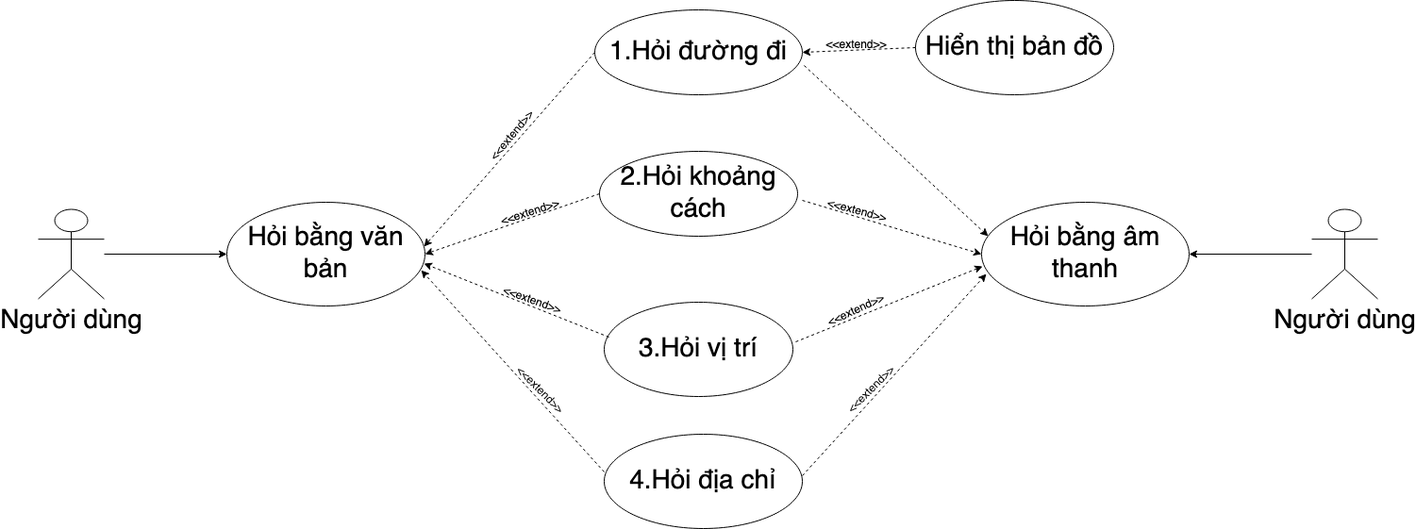
The draw.io diagram images/ChatbotSRS-UseCase.png in myduyenn218/Report_KL_2021, before a commit. Source tidied: cells renumbered, new cells last; positions are measured from the earlier drawing's top-left corner, leaving out a move shared by most shapes.
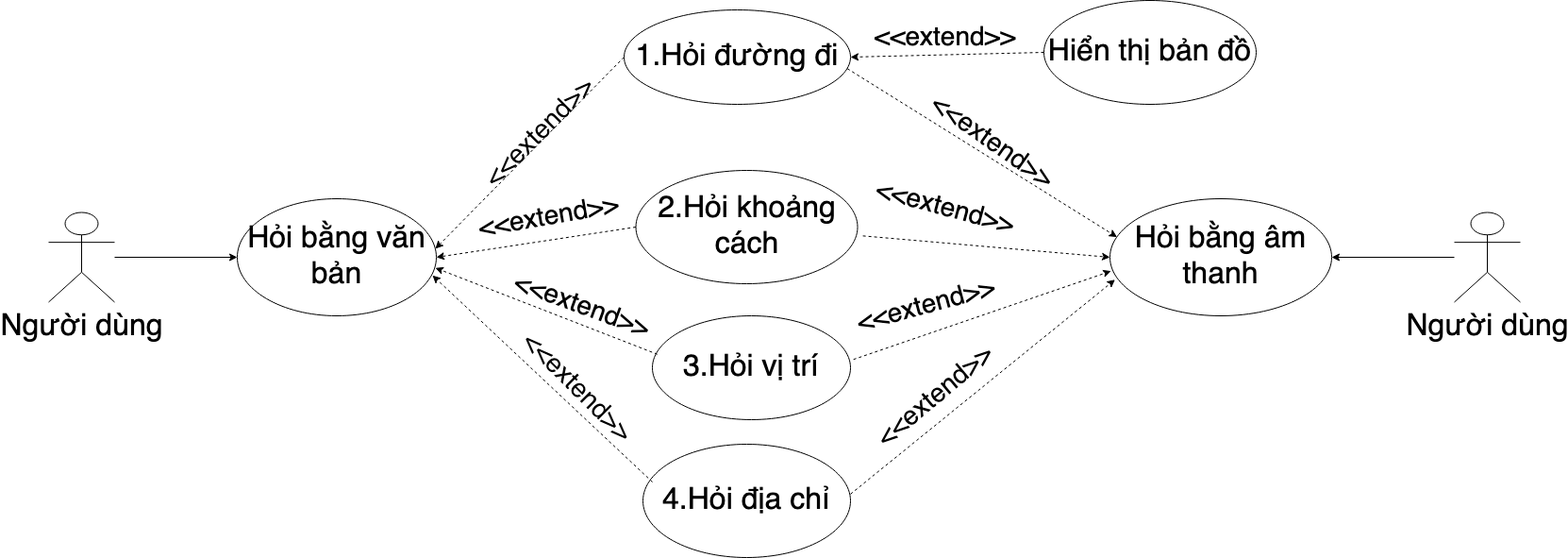
Later version of the same file.

Commit message:
update UC & flow diagram

The edit, as a diff of the source:
```diff
@@ -2,91 +2,94 @@
   <root>
     <mxCell id="0" />
     <mxCell id="1" parent="0" />
-    <mxCell id="2" style="edgeStyle=orthogonalEdgeStyle;rounded=0;jettySize=auto;html=1;entryX=0;entryY=0.5;entryDx=0;entryDy=0;fontSize=28;" parent="1" edge="1" source="3" target="4">
+    <mxCell id="2" style="edgeStyle=orthogonalEdgeStyle;rounded=0;jettySize=auto;html=1;entryX=0;entryY=0.5;entryDx=0;entryDy=0;fontSize=32;" parent="1" edge="1" source="3" target="4">
       <mxGeometry relative="1" as="geometry" />
     </mxCell>
-    <mxCell id="3" value="Người dùng" style="shape=umlActor;verticalLabelPosition=bottom;verticalAlign=top;html=1;outlineConnect=0;fontSize=28;" parent="1" vertex="1">
-      <mxGeometry y="221.5" width="70" height="95" as="geometry" />
+    <mxCell id="3" value="Người dùng" style="shape=umlActor;verticalLabelPosition=bottom;verticalAlign=top;html=1;outlineConnect=0;fontSize=32;" parent="1" vertex="1">
+      <mxGeometry x="-40" y="214.5" width="70" height="95" as="geometry" />
     </mxCell>
-    <mxCell id="4" value="Hỏi bằng văn bản" style="ellipse;whiteSpace=wrap;html=1;fontSize=28;" parent="1" vertex="1">
-      <mxGeometry x="200" y="214" width="210" height="110" as="geometry" />
+    <mxCell id="4" value="Hỏi bằng văn bản" style="ellipse;whiteSpace=wrap;html=1;fontSize=32;" parent="1" vertex="1">
+      <mxGeometry x="160" y="200" width="211" height="124" as="geometry" />
     </mxCell>
-    <mxCell id="5" value="Hỏi bằng âm thanh" style="ellipse;whiteSpace=wrap;html=1;fontSize=28;" parent="1" vertex="1">
-      <mxGeometry x="1000" y="214" width="220" height="110" as="geometry" />
+    <mxCell id="5" value="Hỏi bằng âm thanh" style="ellipse;whiteSpace=wrap;html=1;fontSize=32;" parent="1" vertex="1">
+      <mxGeometry x="1085" y="200" width="235" height="124" as="geometry" />
     </mxCell>
-    <mxCell id="6" value="3.Hỏi vị trí " style="ellipse;whiteSpace=wrap;html=1;fontSize=28;" parent="1" vertex="1">
-      <mxGeometry x="600" y="320" width="200" height="100" as="geometry" />
+    <mxCell id="6" value="3.Hỏi vị trí " style="ellipse;whiteSpace=wrap;html=1;fontSize=32;" parent="1" vertex="1">
+      <mxGeometry x="600" y="324" width="210" height="110" as="geometry" />
     </mxCell>
-    <mxCell id="7" value="2.Hỏi khoảng cách" style="ellipse;whiteSpace=wrap;html=1;fontSize=28;" parent="1" vertex="1">
-      <mxGeometry x="595" y="160" width="210" height="90" as="geometry" />
+    <mxCell id="7" value="2.Hỏi khoảng cách" style="ellipse;whiteSpace=wrap;html=1;fontSize=32;" parent="1" vertex="1">
+      <mxGeometry x="582.5" y="170" width="235" height="120" as="geometry" />
     </mxCell>
-    <mxCell id="8" value="1.Hỏi đường đi" style="ellipse;whiteSpace=wrap;html=1;fontSize=28;" parent="1" vertex="1">
-      <mxGeometry x="590" y="10" width="220" height="90" as="geometry" />
+    <mxCell id="8" value="1.Hỏi đường đi" style="ellipse;whiteSpace=wrap;html=1;fontSize=32;" parent="1" vertex="1">
+      <mxGeometry x="570" width="240" height="100" as="geometry" />
     </mxCell>
-    <mxCell id="9" value="4.Hỏi địa chỉ" style="ellipse;whiteSpace=wrap;html=1;fontSize=28;" parent="1" vertex="1">
-      <mxGeometry x="600" y="460" width="210" height="100" as="geometry" />
+    <mxCell id="9" value="4.Hỏi địa chỉ" style="ellipse;whiteSpace=wrap;html=1;fontSize=32;" parent="1" vertex="1">
+      <mxGeometry x="590" y="460" width="220" height="120" as="geometry" />
     </mxCell>
-    <mxCell id="10" value="Hiển thị bản đồ" style="ellipse;whiteSpace=wrap;html=1;fontSize=28;" parent="1" vertex="1">
-      <mxGeometry x="930" width="210" height="100" as="geometry" />
+    <mxCell id="10" value="Hiển thị bản đồ" style="ellipse;whiteSpace=wrap;html=1;fontSize=32;" parent="1" vertex="1">
+      <mxGeometry x="1015" y="-10" width="225" height="110" as="geometry" />
     </mxCell>
-    <mxCell id="11" style="endArrow=classic;html=1;fontSize=28;exitX=0;exitY=0.5;exitDx=0;exitDy=0;dashed=1;entryX=0.995;entryY=0.427;entryDx=0;entryDy=0;entryPerimeter=0;" parent="1" edge="1" source="8" target="4">
+    <mxCell id="11" style="endArrow=classic;html=1;fontSize=32;exitX=0;exitY=0.5;exitDx=0;exitDy=0;dashed=1;entryX=0.995;entryY=0.427;entryDx=0;entryDy=0;entryPerimeter=0;" parent="1" edge="1" source="8" target="4">
       <mxGeometry relative="1" as="geometry" />
     </mxCell>
-    <mxCell id="12" style="endArrow=classic;html=1;fontSize=28;exitX=1;exitY=0.44;exitDx=0;exitDy=0;exitPerimeter=0;dashed=1;entryX=0.023;entryY=0.691;entryDx=0;entryDy=0;entryPerimeter=0;" parent="1" edge="1" source="9" target="5">
+    <mxCell id="12" style="endArrow=classic;html=1;fontSize=32;exitX=1;exitY=0.44;exitDx=0;exitDy=0;exitPerimeter=0;dashed=1;entryX=0.023;entryY=0.691;entryDx=0;entryDy=0;entryPerimeter=0;" parent="1" edge="1" source="9" target="5">
       <mxGeometry x="-0.37" y="-51" relative="1" as="geometry" />
     </mxCell>
-    <mxCell id="13" value="&lt;font style=&quot;font-size: 12px&quot;&gt;&amp;lt;&amp;lt;extend&amp;gt;&amp;gt;&lt;/font&gt;" style="text;html=1;align=center;verticalAlign=middle;strokeColor=none;fontSize=28;rotation=-50;" parent="1" vertex="1">
-      <mxGeometry x="419" y="121" width="160" height="40" as="geometry" />
+    <mxCell id="13" value="&lt;font style=&quot;font-size: 28px&quot;&gt;&amp;lt;&amp;lt;extend&amp;gt;&amp;gt;&lt;/font&gt;" style="text;html=1;align=center;verticalAlign=middle;strokeColor=none;fontSize=32;rotation=-45;" parent="1" vertex="1">
+      <mxGeometry x="400" y="110" width="160" height="40" as="geometry" />
     </mxCell>
-    <mxCell id="14" value="&lt;font style=&quot;font-size: 12px&quot;&gt;&amp;lt;&amp;lt;extend&amp;gt;&amp;gt;&lt;/font&gt;" style="text;html=1;align=center;verticalAlign=middle;strokeColor=none;fontSize=28;rotation=45;" parent="1" vertex="1">
-      <mxGeometry x="455" y="390" width="160" height="40" as="geometry" />
+    <mxCell id="14" value="&lt;font style=&quot;font-size: 28px;&quot;&gt;&amp;lt;&amp;lt;extend&amp;gt;&amp;gt;&lt;/font&gt;" style="text;html=1;align=center;verticalAlign=middle;strokeColor=none;fontSize=28;rotation=45;" parent="1" vertex="1">
+      <mxGeometry x="440" y="380" width="160" height="40" as="geometry" />
     </mxCell>
-    <mxCell id="15" style="endArrow=classic;html=1;fontSize=28;exitX=0;exitY=0.5;exitDx=0;exitDy=0;dashed=1;entryX=1;entryY=0.5;entryDx=0;entryDy=0;" parent="1" edge="1" source="7" target="4">
+    <mxCell id="15" style="endArrow=classic;html=1;fontSize=32;exitX=0;exitY=0.5;exitDx=0;exitDy=0;dashed=1;entryX=1;entryY=0.5;entryDx=0;entryDy=0;" parent="1" edge="1" source="7" target="4">
       <mxGeometry relative="1" as="geometry" />
     </mxCell>
-    <mxCell id="16" style="endArrow=classic;html=1;fontSize=28;exitX=0;exitY=0.5;exitDx=0;exitDy=0;dashed=1;entryX=1;entryY=0.5;entryDx=0;entryDy=0;" parent="1" edge="1" source="10" target="8">
+    <mxCell id="16" style="endArrow=classic;html=1;fontSize=32;exitX=0;exitY=0.5;exitDx=0;exitDy=0;dashed=1;entryX=1;entryY=0.5;entryDx=0;entryDy=0;" parent="1" edge="1" source="10" target="8">
       <mxGeometry relative="1" as="geometry" />
     </mxCell>
-    <mxCell id="17" style="endArrow=classic;html=1;fontSize=28;exitX=1.015;exitY=0.42;exitDx=0;exitDy=0;dashed=1;entryX=0.005;entryY=0.618;entryDx=0;entryDy=0;entryPerimeter=0;exitPerimeter=0;" parent="1" edge="1" source="6" target="5">
+    <mxCell id="17" style="endArrow=classic;html=1;fontSize=32;exitX=1.015;exitY=0.42;exitDx=0;exitDy=0;dashed=1;entryX=0.005;entryY=0.618;entryDx=0;entryDy=0;entryPerimeter=0;exitPerimeter=0;" parent="1" edge="1" source="6" target="5">
       <mxGeometry relative="1" as="geometry" />
     </mxCell>
-    <mxCell id="18" style="endArrow=classic;html=1;fontSize=28;exitX=0.025;exitY=0.37;exitDx=0;exitDy=0;dashed=1;entryX=0.995;entryY=0.591;entryDx=0;entryDy=0;exitPerimeter=0;entryPerimeter=0;" parent="1" edge="1" source="6" target="4">
+    <mxCell id="18" style="endArrow=classic;html=1;fontSize=32;exitX=0.025;exitY=0.37;exitDx=0;exitDy=0;dashed=1;entryX=0.995;entryY=0.591;entryDx=0;entryDy=0;exitPerimeter=0;entryPerimeter=0;" parent="1" edge="1" source="6" target="4">
       <mxGeometry relative="1" as="geometry" />
     </mxCell>
-    <mxCell id="19" style="endArrow=classic;html=1;fontSize=28;exitX=1.024;exitY=0.578;exitDx=0;exitDy=0;dashed=1;exitPerimeter=0;entryX=0;entryY=0.5;entryDx=0;entryDy=0;" parent="1" edge="1" source="7" target="5">
+    <mxCell id="19" style="endArrow=classic;html=1;fontSize=32;exitX=1.024;exitY=0.578;exitDx=0;exitDy=0;dashed=1;exitPerimeter=0;entryX=0;entryY=0.5;entryDx=0;entryDy=0;" parent="1" edge="1" source="7" target="5">
       <mxGeometry relative="1" as="geometry" />
     </mxCell>
-    <mxCell id="20" value="&lt;font style=&quot;font-size: 12px&quot;&gt;&amp;lt;&amp;lt;extend&amp;gt;&amp;gt;&lt;/font&gt;" style="text;html=1;align=center;verticalAlign=middle;strokeColor=none;fontSize=28;rotation=-18;" parent="1" vertex="1">
-      <mxGeometry x="440" y="201" width="160" height="40" as="geometry" />
+    <mxCell id="20" value="&lt;font style=&quot;font-size: 28px;&quot;&gt;&amp;lt;&amp;lt;extend&amp;gt;&amp;gt;&lt;/font&gt;" style="text;html=1;align=center;verticalAlign=middle;strokeColor=none;fontSize=28;rotation=-10;" parent="1" vertex="1">
+      <mxGeometry x="410" y="200" width="160" height="40" as="geometry" />
     </mxCell>
-    <mxCell id="21" style="endArrow=classic;html=1;fontSize=28;dashed=1;entryX=0.981;entryY=0.655;entryDx=0;entryDy=0;entryPerimeter=0;" parent="1" edge="1" target="4">
+    <mxCell id="21" style="endArrow=classic;html=1;fontSize=32;dashed=1;entryX=0.981;entryY=0.655;entryDx=0;entryDy=0;entryPerimeter=0;" parent="1" edge="1" target="4">
       <mxGeometry relative="1" as="geometry">
         <mxPoint x="600" y="500" as="sourcePoint" />
       </mxGeometry>
     </mxCell>
-    <mxCell id="22" value="&lt;font style=&quot;font-size: 12px&quot;&gt;&amp;lt;&amp;lt;extend&amp;gt;&amp;gt;&lt;/font&gt;" style="text;html=1;align=center;verticalAlign=middle;points=[];strokeColor=none;fontSize=28;rotation=0;" parent="1" vertex="1">
-      <mxGeometry x="787" y="23" width="160" height="40" as="geometry" />
+    <mxCell id="22" value="&lt;font style=&quot;font-size: 28px;&quot;&gt;&amp;lt;&amp;lt;extend&amp;gt;&amp;gt;&lt;/font&gt;" style="text;html=1;align=center;verticalAlign=middle;points=[];strokeColor=none;fontSize=28;rotation=0;" parent="1" vertex="1">
+      <mxGeometry x="830" y="10" width="160" height="40" as="geometry" />
     </mxCell>
-    <mxCell id="23" value="&lt;font style=&quot;font-size: 12px&quot;&gt;&amp;lt;&amp;lt;extend&amp;gt;&amp;gt;&lt;/font&gt;" style="text;html=1;align=center;verticalAlign=middle;strokeColor=none;fontSize=28;rotation=20;" parent="1" vertex="1">
+    <mxCell id="23" value="&lt;font style=&quot;font-size: 28px;&quot;&gt;&amp;lt;&amp;lt;extend&amp;gt;&amp;gt;&lt;/font&gt;" style="text;html=1;align=center;verticalAlign=middle;strokeColor=none;fontSize=28;rotation=20;" parent="1" vertex="1">
       <mxGeometry x="445" y="294" width="160" height="40" as="geometry" />
     </mxCell>
-    <mxCell id="24" style="endArrow=classic;html=1;fontSize=28;dashed=1;entryX=0.032;entryY=0.327;entryDx=0;entryDy=0;entryPerimeter=0;exitX=0.156;exitY=1.15;exitDx=0;exitDy=0;exitPerimeter=0;" parent="1" edge="1" source="22" target="5">
+    <mxCell id="24" style="endArrow=classic;html=1;fontSize=32;dashed=1;entryX=0.032;entryY=0.327;entryDx=0;entryDy=0;entryPerimeter=0;exitX=0.986;exitY=0.622;exitDx=0;exitDy=0;exitPerimeter=0;" parent="1" edge="1" source="8" target="5">
       <mxGeometry relative="1" as="geometry" />
     </mxCell>
-    <mxCell id="25" style="edgeStyle=orthogonalEdgeStyle;rounded=0;jettySize=auto;html=1;entryX=1;entryY=0.5;entryDx=0;entryDy=0;" parent="1" edge="1" source="26" target="5">
+    <mxCell id="25" style="edgeStyle=orthogonalEdgeStyle;rounded=0;jettySize=auto;html=1;entryX=1;entryY=0.5;entryDx=0;entryDy=0;fontSize=32;" parent="1" edge="1" source="26" target="5">
       <mxGeometry relative="1" as="geometry" />
     </mxCell>
-    <mxCell id="26" value="Người dùng" style="shape=umlActor;verticalLabelPosition=bottom;verticalAlign=top;html=1;outlineConnect=0;fontSize=28;" parent="1" vertex="1">
-      <mxGeometry x="1350" y="221.5" width="70" height="95" as="geometry" />
+    <mxCell id="26" value="Người dùng" style="shape=umlActor;verticalLabelPosition=bottom;verticalAlign=top;html=1;outlineConnect=0;fontSize=32;" parent="1" vertex="1">
+      <mxGeometry x="1450" y="214.5" width="70" height="95" as="geometry" />
     </mxCell>
-    <mxCell id="27" value="&lt;font style=&quot;font-size: 12px&quot;&gt;&amp;lt;&amp;lt;extend&amp;gt;&amp;gt;&lt;/font&gt;" style="text;html=1;align=center;verticalAlign=middle;strokeColor=none;fontSize=28;rotation=-45;" parent="1" vertex="1">
-      <mxGeometry x="800" y="390" width="160" height="40" as="geometry" />
+    <mxCell id="27" value="&lt;font style=&quot;font-size: 28px;&quot;&gt;&amp;lt;&amp;lt;extend&amp;gt;&amp;gt;&lt;/font&gt;" style="text;html=1;align=center;verticalAlign=middle;strokeColor=none;fontSize=28;rotation=-40;spacingLeft=0;" parent="1" vertex="1">
+      <mxGeometry x="820" y="390" width="160" height="40" as="geometry" />
     </mxCell>
-    <mxCell id="28" value="&lt;font style=&quot;font-size: 12px&quot;&gt;&amp;lt;&amp;lt;extend&amp;gt;&amp;gt;&lt;/font&gt;" style="text;html=1;align=center;verticalAlign=middle;strokeColor=none;fontSize=28;rotation=-25;" parent="1" vertex="1">
-      <mxGeometry x="785" y="305" width="160" height="40" as="geometry" />
+    <mxCell id="28" value="&lt;font style=&quot;font-size: 28px;&quot;&gt;&amp;lt;&amp;lt;extend&amp;gt;&amp;gt;&lt;/font&gt;" style="text;html=1;align=center;verticalAlign=middle;strokeColor=none;fontSize=28;rotation=-15;" parent="1" vertex="1">
+      <mxGeometry x="810" y="294" width="160" height="40" as="geometry" />
     </mxCell>
-    <mxCell id="29" value="&lt;font style=&quot;font-size: 12px&quot;&gt;&amp;lt;&amp;lt;extend&amp;gt;&amp;gt;&lt;/font&gt;" style="text;html=1;align=center;verticalAlign=middle;strokeColor=none;fontSize=28;rotation=15;" parent="1" vertex="1">
-      <mxGeometry x="789" y="199" width="160" height="40" as="geometry" />
+    <mxCell id="29" value="&lt;font style=&quot;font-size: 28px;&quot;&gt;&amp;lt;&amp;lt;extend&amp;gt;&amp;gt;&lt;/font&gt;" style="text;html=1;align=center;verticalAlign=middle;strokeColor=none;fontSize=28;rotation=15;" parent="1" vertex="1">
+      <mxGeometry x="830" y="190" width="160" height="40" as="geometry" />
     </mxCell>
+    <mxCell id="30" value="&lt;font style=&quot;font-size: 28px;&quot;&gt;&amp;lt;&amp;lt;extend&amp;gt;&amp;gt;&lt;/font&gt;" style="text;html=1;align=center;verticalAlign=middle;strokeColor=none;fontSize=28;rotation=35;" parent="1" vertex="1">
+      <mxGeometry x="880" y="120" width="160" height="40" as="geometry" />
+    </mxCell>
   </root>
 </mxGraphModel>
```
